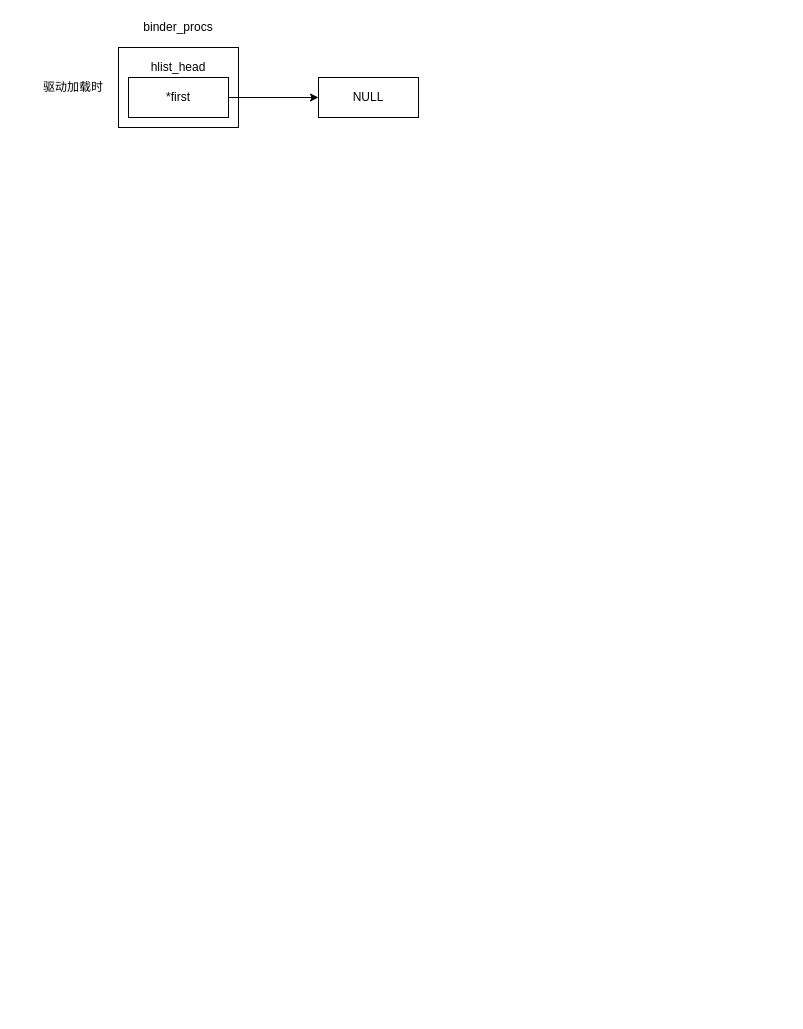
This is binder/diagram/binder_procs_hashlist.drawio from cuijpus/Android, a draw.io file, before an edit. Source tidied: cells renumbered, new cells numbered last; positions are measured from the earlier drawing's top-left corner, leaving out a move shared by most shapes. Both pictures are drawn from the tidied source at 100%, with x=0, y=0 at pixel (38, 17).
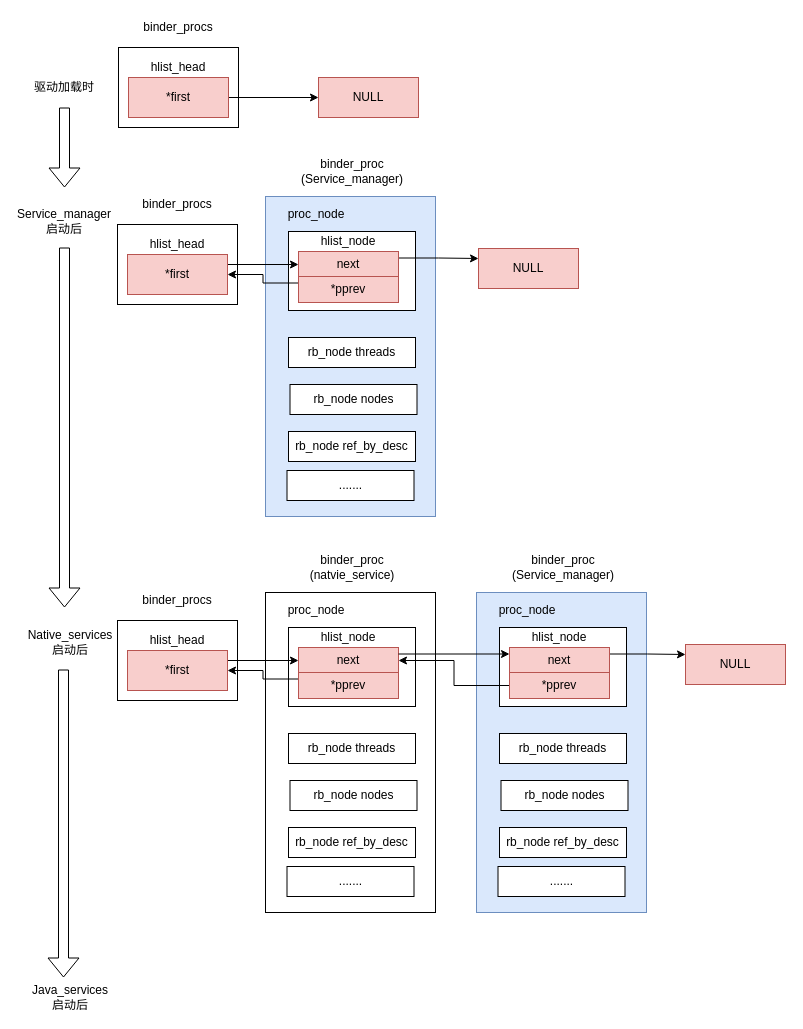
The same diagram, later.

The edit, as a diff of the source:
```diff
@@
+    <mxCell id="9" style="rounded=0;whiteSpace=wrap;html=1;fillColor=#dae8fc;strokeColor=#6c8ebf;" parent="1" vertex="1">
+      <mxGeometry x="227" y="179" width="170" height="320" as="geometry" />
+    </mxCell>
+    <mxCell id="10" style="rounded=0;whiteSpace=wrap;html=1;" parent="1" vertex="1">
+      <mxGeometry x="250" y="214" width="127" height="79" as="geometry" />
+    </mxCell>
@@
-    <mxCell id="4" value="*first" style="rounded=0;whiteSpace=wrap;html=1;" parent="1" vertex="1">
+    <mxCell id="4" value="*first" style="rounded=0;whiteSpace=wrap;html=1;fillColor=#f8cecc;strokeColor=#b85450;" parent="1" vertex="1">
       <mxGeometry x="90" y="60" width="100" height="40" as="geometry" />
     </mxCell>
@@
-    <mxCell id="7" value="NULL" style="rounded=0;whiteSpace=wrap;html=1;" parent="1" vertex="1">
+    <mxCell id="7" value="NULL" style="rounded=0;whiteSpace=wrap;html=1;fillColor=#f8cecc;strokeColor=#b85450;" parent="1" vertex="1">
       <mxGeometry x="280" y="60" width="100" height="40" as="geometry" />
     </mxCell>
     <mxCell id="8" value="驱动加载时" style="text;html=1;strokeColor=none;fillColor=none;align=center;verticalAlign=middle;whiteSpace=wrap;rounded=0;" parent="1" vertex="1">
-      <mxGeometry y="60" width="70" height="20" as="geometry" />
+      <mxGeometry x="-9" y="60" width="70" height="20" as="geometry" />
     </mxCell>
+    <mxCell id="11" style="rounded=0;whiteSpace=wrap;html=1;" parent="1" vertex="1">
+      <mxGeometry x="79" y="207" width="120" height="80" as="geometry" />
+    </mxCell>
+    <mxCell id="12" style="edgeStyle=orthogonalEdgeStyle;rounded=0;jettySize=auto;html=1;exitX=1;exitY=0.25;exitDx=0;exitDy=0;" parent="1" edge="1" source="13" target="18">
+      <mxGeometry relative="1" as="geometry" />
+    </mxCell>
+    <mxCell id="13" value="*first" style="rounded=0;whiteSpace=wrap;html=1;fillColor=#f8cecc;strokeColor=#b85450;" parent="1" vertex="1">
+      <mxGeometry x="89" y="237" width="100" height="40" as="geometry" />
+    </mxCell>
+    <mxCell id="14" value="binder_procs" style="text;html=1;strokeColor=none;fillColor=none;align=center;verticalAlign=middle;whiteSpace=wrap;rounded=0;" parent="1" vertex="1">
+      <mxGeometry x="119" y="177" width="40" height="20" as="geometry" />
+    </mxCell>
+    <mxCell id="15" value="hlist_head" style="text;html=1;strokeColor=none;fillColor=none;align=center;verticalAlign=middle;whiteSpace=wrap;rounded=0;" parent="1" vertex="1">
+      <mxGeometry x="119" y="217" width="40" height="20" as="geometry" />
+    </mxCell>
+    <mxCell id="16" value="NULL" style="rounded=0;whiteSpace=wrap;html=1;fillColor=#f8cecc;strokeColor=#b85450;" parent="1" vertex="1">
+      <mxGeometry x="440" y="231" width="100" height="40" as="geometry" />
+    </mxCell>
+    <mxCell id="17" style="edgeStyle=orthogonalEdgeStyle;rounded=0;jettySize=auto;html=1;exitX=1;exitY=0.25;exitDx=0;exitDy=0;entryX=0;entryY=0.25;entryDx=0;entryDy=0;" parent="1" edge="1" source="18" target="16">
+      <mxGeometry relative="1" as="geometry" />
+    </mxCell>
+    <mxCell id="18" value="next" style="rounded=0;whiteSpace=wrap;html=1;fillColor=#f8cecc;strokeColor=#b85450;" parent="1" vertex="1">
+      <mxGeometry x="260" y="234" width="100" height="26" as="geometry" />
+    </mxCell>
+    <mxCell id="19" value="binder_proc&lt;br&gt;(Service_manager)&lt;br&gt;" style="text;html=1;strokeColor=none;fillColor=none;align=center;verticalAlign=middle;whiteSpace=wrap;rounded=0;" parent="1" vertex="1">
+      <mxGeometry x="293.5" y="144" width="40" height="20" as="geometry" />
+    </mxCell>
+    <mxCell id="20" value="hlist_node" style="text;html=1;strokeColor=none;fillColor=none;align=center;verticalAlign=middle;whiteSpace=wrap;rounded=0;" parent="1" vertex="1">
+      <mxGeometry x="290" y="214" width="40" height="20" as="geometry" />
+    </mxCell>
+    <mxCell id="21" style="edgeStyle=orthogonalEdgeStyle;rounded=0;jettySize=auto;html=1;exitX=0;exitY=0.25;exitDx=0;exitDy=0;entryX=1;entryY=0.5;entryDx=0;entryDy=0;" parent="1" edge="1" source="22" target="13">
+      <mxGeometry relative="1" as="geometry" />
+    </mxCell>
+    <mxCell id="22" value="*pprev" style="rounded=0;whiteSpace=wrap;html=1;fillColor=#f8cecc;strokeColor=#b85450;" parent="1" vertex="1">
+      <mxGeometry x="260" y="259" width="100" height="26" as="geometry" />
+    </mxCell>
+    <mxCell id="23" style="edgeStyle=orthogonalEdgeStyle;shape=flexArrow;rounded=0;orthogonalLoop=1;jettySize=auto;html=1;" parent="1" edge="1">
+      <mxGeometry relative="1" as="geometry">
+        <mxPoint x="26" y="230" as="sourcePoint" />
+        <mxPoint x="26" y="590" as="targetPoint" />
+      </mxGeometry>
+    </mxCell>
+    <mxCell id="24" value="Service_manager启动后&lt;br&gt;" style="text;html=1;strokeColor=none;fillColor=none;align=center;verticalAlign=middle;whiteSpace=wrap;rounded=0;" parent="1" vertex="1">
+      <mxGeometry x="-9" y="194" width="70" height="20" as="geometry" />
+    </mxCell>
+    <mxCell id="25" value="proc_node" style="text;html=1;strokeColor=none;fillColor=none;align=center;verticalAlign=middle;whiteSpace=wrap;rounded=0;" parent="1" vertex="1">
+      <mxGeometry x="258" y="187" width="40" height="20" as="geometry" />
+    </mxCell>
+    <mxCell id="26" value="rb_node threads" style="rounded=0;whiteSpace=wrap;html=1;" parent="1" vertex="1">
+      <mxGeometry x="250" y="320" width="127" height="30" as="geometry" />
+    </mxCell>
+    <mxCell id="27" value="rb_node nodes" style="rounded=0;whiteSpace=wrap;html=1;" parent="1" vertex="1">
+      <mxGeometry x="251.5" y="367" width="127" height="30" as="geometry" />
+    </mxCell>
+    <mxCell id="28" value="rb_node ref_by_desc" style="rounded=0;whiteSpace=wrap;html=1;" parent="1" vertex="1">
+      <mxGeometry x="250" y="414" width="127" height="30" as="geometry" />
+    </mxCell>
+    <mxCell id="29" value="......." style="rounded=0;whiteSpace=wrap;html=1;" parent="1" vertex="1">
+      <mxGeometry x="248.5" y="453" width="127" height="30" as="geometry" />
+    </mxCell>
+    <mxCell id="30" style="rounded=0;whiteSpace=wrap;html=1;" parent="1" vertex="1">
+      <mxGeometry x="227" y="575" width="170" height="320" as="geometry" />
+    </mxCell>
+    <mxCell id="31" style="rounded=0;whiteSpace=wrap;html=1;" parent="1" vertex="1">
+      <mxGeometry x="250" y="610" width="127" height="79" as="geometry" />
+    </mxCell>
+    <mxCell id="32" style="rounded=0;whiteSpace=wrap;html=1;" parent="1" vertex="1">
+      <mxGeometry x="79" y="603" width="120" height="80" as="geometry" />
+    </mxCell>
+    <mxCell id="33" style="edgeStyle=orthogonalEdgeStyle;rounded=0;jettySize=auto;html=1;exitX=1;exitY=0.25;exitDx=0;exitDy=0;" parent="1" edge="1" source="34" target="37">
+      <mxGeometry relative="1" as="geometry" />
+    </mxCell>
+    <mxCell id="34" value="*first" style="rounded=0;whiteSpace=wrap;html=1;fillColor=#f8cecc;strokeColor=#b85450;" parent="1" vertex="1">
+      <mxGeometry x="89" y="633" width="100" height="40" as="geometry" />
+    </mxCell>
+    <mxCell id="35" value="binder_procs" style="text;html=1;strokeColor=none;fillColor=none;align=center;verticalAlign=middle;whiteSpace=wrap;rounded=0;" parent="1" vertex="1">
+      <mxGeometry x="119" y="573" width="40" height="20" as="geometry" />
+    </mxCell>
+    <mxCell id="36" value="hlist_head" style="text;html=1;strokeColor=none;fillColor=none;align=center;verticalAlign=middle;whiteSpace=wrap;rounded=0;" parent="1" vertex="1">
+      <mxGeometry x="119" y="613" width="40" height="20" as="geometry" />
+    </mxCell>
+    <mxCell id="37" value="next" style="rounded=0;whiteSpace=wrap;html=1;fillColor=#f8cecc;strokeColor=#b85450;" parent="1" vertex="1">
+      <mxGeometry x="260" y="630" width="100" height="26" as="geometry" />
+    </mxCell>
+    <mxCell id="38" value="binder_proc&lt;br&gt;(natvie_service)&lt;br&gt;" style="text;html=1;strokeColor=none;fillColor=none;align=center;verticalAlign=middle;whiteSpace=wrap;rounded=0;" parent="1" vertex="1">
+      <mxGeometry x="293.5" y="540" width="40" height="20" as="geometry" />
+    </mxCell>
+    <mxCell id="39" value="hlist_node" style="text;html=1;strokeColor=none;fillColor=none;align=center;verticalAlign=middle;whiteSpace=wrap;rounded=0;" parent="1" vertex="1">
+      <mxGeometry x="290" y="610" width="40" height="20" as="geometry" />
+    </mxCell>
+    <mxCell id="40" style="edgeStyle=orthogonalEdgeStyle;rounded=0;jettySize=auto;html=1;exitX=0;exitY=0.25;exitDx=0;exitDy=0;entryX=1;entryY=0.5;entryDx=0;entryDy=0;" parent="1" edge="1" source="41" target="34">
+      <mxGeometry relative="1" as="geometry" />
+    </mxCell>
+    <mxCell id="41" value="*pprev" style="rounded=0;whiteSpace=wrap;html=1;fillColor=#f8cecc;strokeColor=#b85450;" parent="1" vertex="1">
+      <mxGeometry x="260" y="655" width="100" height="26" as="geometry" />
+    </mxCell>
+    <mxCell id="42" value="proc_node" style="text;html=1;strokeColor=none;fillColor=none;align=center;verticalAlign=middle;whiteSpace=wrap;rounded=0;" parent="1" vertex="1">
+      <mxGeometry x="258" y="583" width="40" height="20" as="geometry" />
+    </mxCell>
+    <mxCell id="43" value="rb_node threads" style="rounded=0;whiteSpace=wrap;html=1;" parent="1" vertex="1">
+      <mxGeometry x="250" y="716" width="127" height="30" as="geometry" />
+    </mxCell>
+    <mxCell id="44" value="rb_node nodes" style="rounded=0;whiteSpace=wrap;html=1;" parent="1" vertex="1">
+      <mxGeometry x="251.5" y="763" width="127" height="30" as="geometry" />
+    </mxCell>
+    <mxCell id="45" value="rb_node ref_by_desc" style="rounded=0;whiteSpace=wrap;html=1;" parent="1" vertex="1">
+      <mxGeometry x="250" y="810" width="127" height="30" as="geometry" />
+    </mxCell>
+    <mxCell id="46" value="......." style="rounded=0;whiteSpace=wrap;html=1;" parent="1" vertex="1">
+      <mxGeometry x="248.5" y="849" width="127" height="30" as="geometry" />
+    </mxCell>
+    <mxCell id="47" value="Native_services&lt;br&gt;启动后&lt;br&gt;" style="text;html=1;strokeColor=none;fillColor=none;align=center;verticalAlign=middle;whiteSpace=wrap;rounded=0;" parent="1" vertex="1">
+      <mxGeometry x="-3" y="615" width="70" height="20" as="geometry" />
+    </mxCell>
+    <mxCell id="48" value="NULL" style="rounded=0;whiteSpace=wrap;html=1;fillColor=#f8cecc;strokeColor=#b85450;" parent="1" vertex="1">
+      <mxGeometry x="647" y="627" width="100" height="40" as="geometry" />
+    </mxCell>
+    <mxCell id="49" style="rounded=0;whiteSpace=wrap;html=1;fillColor=#dae8fc;strokeColor=#6c8ebf;" parent="1" vertex="1">
+      <mxGeometry x="438" y="575" width="170" height="320" as="geometry" />
+    </mxCell>
+    <mxCell id="50" style="rounded=0;whiteSpace=wrap;html=1;" parent="1" vertex="1">
+      <mxGeometry x="461" y="610" width="127" height="79" as="geometry" />
+    </mxCell>
+    <mxCell id="51" style="edgeStyle=orthogonalEdgeStyle;rounded=0;jettySize=auto;html=1;exitX=1;exitY=0.25;exitDx=0;exitDy=0;entryX=0;entryY=0.25;entryDx=0;entryDy=0;" parent="1" edge="1" source="52" target="48">
+      <mxGeometry relative="1" as="geometry" />
+    </mxCell>
+    <mxCell id="52" value="next" style="rounded=0;whiteSpace=wrap;html=1;fillColor=#f8cecc;strokeColor=#b85450;" parent="1" vertex="1">
+      <mxGeometry x="471" y="630" width="100" height="26" as="geometry" />
+    </mxCell>
+    <mxCell id="53" value="binder_proc&lt;br&gt;(Service_manager)&lt;br&gt;" style="text;html=1;strokeColor=none;fillColor=none;align=center;verticalAlign=middle;whiteSpace=wrap;rounded=0;" parent="1" vertex="1">
+      <mxGeometry x="505" y="540" width="40" height="20" as="geometry" />
+    </mxCell>
+    <mxCell id="54" value="hlist_node" style="text;html=1;strokeColor=none;fillColor=none;align=center;verticalAlign=middle;whiteSpace=wrap;rounded=0;" parent="1" vertex="1">
+      <mxGeometry x="501" y="610" width="40" height="20" as="geometry" />
+    </mxCell>
+    <mxCell id="55" style="edgeStyle=orthogonalEdgeStyle;rounded=0;jettySize=auto;html=1;exitX=0;exitY=0.5;exitDx=0;exitDy=0;entryX=1;entryY=0.5;entryDx=0;entryDy=0;" parent="1" edge="1" source="56" target="37">
+      <mxGeometry relative="1" as="geometry" />
+    </mxCell>
+    <mxCell id="56" value="*pprev" style="rounded=0;whiteSpace=wrap;html=1;fillColor=#f8cecc;strokeColor=#b85450;" parent="1" vertex="1">
+      <mxGeometry x="471" y="655" width="100" height="26" as="geometry" />
+    </mxCell>
+    <mxCell id="57" value="proc_node" style="text;html=1;strokeColor=none;fillColor=none;align=center;verticalAlign=middle;whiteSpace=wrap;rounded=0;" parent="1" vertex="1">
+      <mxGeometry x="469" y="583" width="40" height="20" as="geometry" />
+    </mxCell>
+    <mxCell id="58" value="rb_node threads" style="rounded=0;whiteSpace=wrap;html=1;" parent="1" vertex="1">
+      <mxGeometry x="461" y="716" width="127" height="30" as="geometry" />
+    </mxCell>
+    <mxCell id="59" value="rb_node nodes" style="rounded=0;whiteSpace=wrap;html=1;" parent="1" vertex="1">
+      <mxGeometry x="462.5" y="763" width="127" height="30" as="geometry" />
+    </mxCell>
+    <mxCell id="60" value="rb_node ref_by_desc" style="rounded=0;whiteSpace=wrap;html=1;" parent="1" vertex="1">
+      <mxGeometry x="461" y="810" width="127" height="30" as="geometry" />
+    </mxCell>
+    <mxCell id="61" value="......." style="rounded=0;whiteSpace=wrap;html=1;" parent="1" vertex="1">
+      <mxGeometry x="459.5" y="849" width="127" height="30" as="geometry" />
+    </mxCell>
+    <mxCell id="62" style="edgeStyle=orthogonalEdgeStyle;rounded=0;jettySize=auto;html=1;exitX=1;exitY=0.25;exitDx=0;exitDy=0;entryX=0;entryY=0.25;entryDx=0;entryDy=0;" parent="1" edge="1" source="37" target="52">
+      <mxGeometry relative="1" as="geometry" />
+    </mxCell>
+    <mxCell id="63" value="Java_services&lt;br&gt;启动后&lt;br&gt;" style="text;html=1;strokeColor=none;fillColor=none;align=center;verticalAlign=middle;whiteSpace=wrap;rounded=0;" parent="1" vertex="1">
+      <mxGeometry x="-3" y="970" width="70" height="20" as="geometry" />
+    </mxCell>
+    <mxCell id="64" style="edgeStyle=orthogonalEdgeStyle;shape=flexArrow;rounded=0;orthogonalLoop=1;jettySize=auto;html=1;" parent="1" edge="1">
+      <mxGeometry relative="1" as="geometry">
+        <mxPoint x="25" y="652" as="sourcePoint" />
+        <mxPoint x="25" y="960" as="targetPoint" />
+      </mxGeometry>
+    </mxCell>
+    <mxCell id="65" style="edgeStyle=orthogonalEdgeStyle;shape=flexArrow;rounded=0;orthogonalLoop=1;jettySize=auto;html=1;" parent="1" edge="1">
+      <mxGeometry relative="1" as="geometry">
+        <mxPoint x="26" y="90" as="sourcePoint" />
+        <mxPoint x="26" y="170" as="targetPoint" />
+      </mxGeometry>
+    </mxCell>
```
